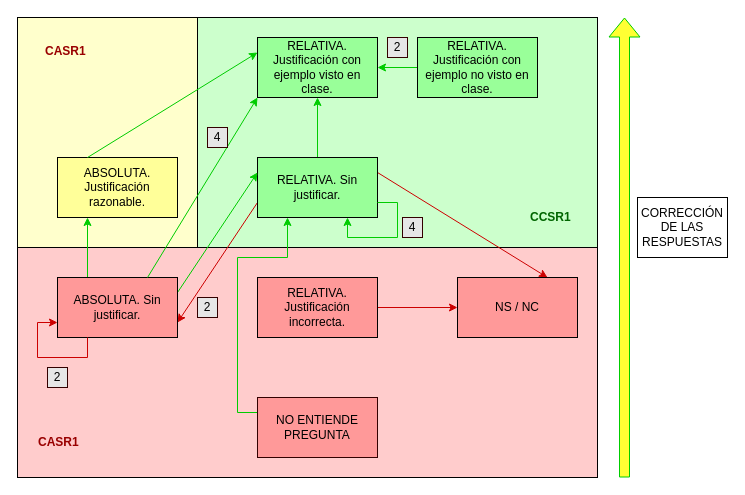
This is PRACTICUM/sist_ref.drawio from eduLikesPringles/MFPES, a draw.io file, before an edit. Source tidied: cells renumbered, new cells numbered last; positions are measured from the earlier drawing's top-left corner, leaving out a move shared by most shapes. Both pictures are drawn from the tidied source at 100%, with x=0, y=0 at pixel (17, 17).
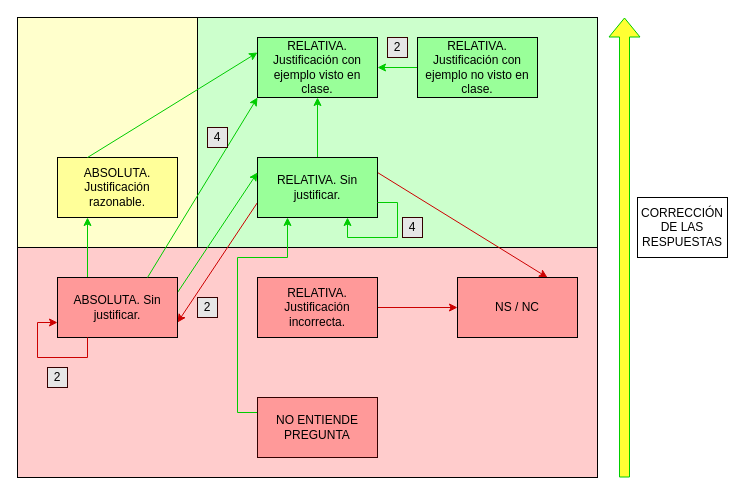
Above is the later version.

What changed in the source:
```diff
@@
-    <mxCell id="30" value="&lt;span style=&quot;&quot; lang=&quot;ES&quot;&gt;&lt;b&gt;&lt;font color=&quot;#990000&quot;&gt;CASR1&lt;/font&gt;&lt;/b&gt;&lt;/span&gt;" style="text;whiteSpace=wrap;html=1;" parent="1" vertex="1">
-      <mxGeometry x="26" y="20" width="41.6" height="29.2" as="geometry" />
-    </mxCell>
-    <mxCell id="31" value="&lt;span style=&quot;&quot; lang=&quot;ES&quot;&gt;&lt;b&gt;&lt;font color=&quot;#006600&quot;&gt;CCSR1&lt;/font&gt;&lt;/b&gt;&lt;/span&gt;" style="text;whiteSpace=wrap;html=1;" parent="1" vertex="1">
-      <mxGeometry x="511" y="186" width="45.4" height="27" as="geometry" />
-    </mxCell>
-    <mxCell id="32" value="&lt;span style=&quot;&quot; lang=&quot;ES&quot;&gt;&lt;b&gt;&lt;font color=&quot;#990000&quot;&gt;CASR1&lt;/font&gt;&lt;/b&gt;&lt;/span&gt;" style="text;whiteSpace=wrap;html=1;" parent="1" vertex="1">
-      <mxGeometry x="19.2" y="410.8" width="41.6" height="29.2" as="geometry" />
-    </mxCell>
```
